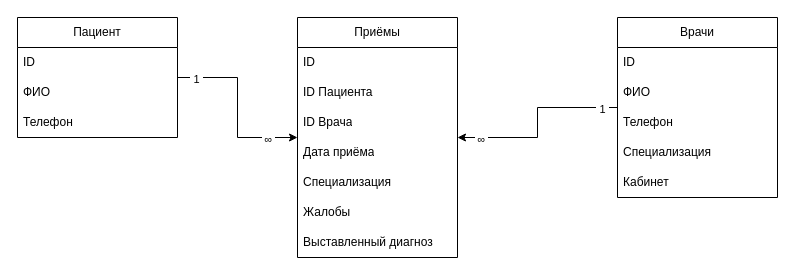
The draw.io diagram doc/clinic_db.drawio in Zzior/clinic-app, before the edit. Source tidied: cells renumbered, new cells numbered last; positions are measured from the earlier drawing's top-left corner, leaving out a move shared by most shapes. Both pictures are drawn from the tidied source at 100%, with x=0, y=0 at pixel (17, 17).
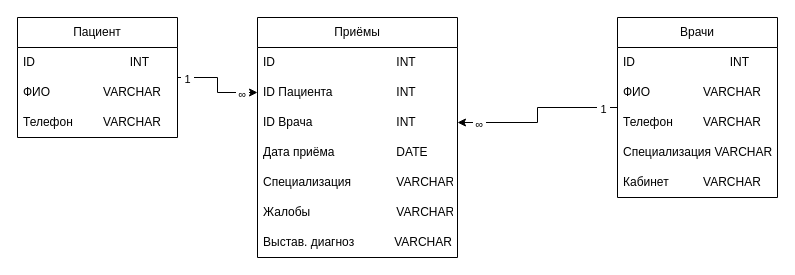
Above is the later version.

Commit message:
clinic-app v0.9.2 update doc

The change refers to these unchanged cells:
```xml
<mxCell id="5" value="Пациент" style="swimlane;fontStyle=0;horizontal=1;startSize=30;whiteSpace=wrap;html=1;" parent="1" vertex="1">
  <mxGeometry width="160" height="120" as="geometry" />
</mxCell>
<mxCell id="12" value="Врачи" style="swimlane;fontStyle=0;horizontal=1;startSize=30;whiteSpace=wrap;html=1;" parent="1" vertex="1">
  <mxGeometry x="600" width="160" height="180" as="geometry" />
</mxCell>
```

Diff of the diagram source:
```diff
@@
-    <mxCell id="2" style="edgeStyle=orthogonalEdgeStyle;rounded=0;jettySize=auto;html=1;" parent="1" edge="1" source="5" target="18">
+    <mxCell id="2" style="edgeStyle=orthogonalEdgeStyle;rounded=0;jettySize=auto;html=1;" parent="1" edge="1" source="5" target="20">
       <mxGeometry relative="1" as="geometry" />
     </mxCell>
@@
-    <mxCell id="6" value="ID" style="text;strokeColor=none;fillColor=none;align=left;verticalAlign=middle;spacingLeft=4;spacingRight=4;overflow=hidden;whiteSpace=wrap;html=1;" parent="5" vertex="1">
+    <mxCell id="6" value="ID&lt;span style=&quot;white-space: pre;&quot;&gt;&#9;&lt;/span&gt;&lt;span style=&quot;white-space: pre;&quot;&gt;&#9;&lt;/span&gt;&lt;span style=&quot;white-space: pre;&quot;&gt;&#9;&lt;/span&gt;&lt;span style=&quot;white-space: pre;&quot;&gt;&#9;&lt;/span&gt;INT" style="text;strokeColor=none;fillColor=none;align=left;verticalAlign=middle;spacingLeft=4;spacingRight=4;overflow=hidden;whiteSpace=wrap;html=1;" parent="5" vertex="1">
       <mxGeometry y="30" width="160" height="30" as="geometry" />
     </mxCell>
-    <mxCell id="7" value="ФИО" style="text;strokeColor=none;fillColor=none;align=left;verticalAlign=middle;spacingLeft=4;spacingRight=4;overflow=hidden;whiteSpace=wrap;html=1;" parent="5" vertex="1">
+    <mxCell id="7" value="ФИО&lt;span style=&quot;white-space: pre;&quot;&gt;&#9;&lt;/span&gt;&lt;span style=&quot;white-space: pre;&quot;&gt;&#9;&lt;/span&gt;VARCHAR" style="text;strokeColor=none;fillColor=none;align=left;verticalAlign=middle;spacingLeft=4;spacingRight=4;overflow=hidden;whiteSpace=wrap;html=1;" parent="5" vertex="1">
       <mxGeometry y="60" width="160" height="30" as="geometry" />
     </mxCell>
-    <mxCell id="8" value="Телефон" style="text;strokeColor=none;fillColor=none;align=left;verticalAlign=middle;spacingLeft=4;spacingRight=4;overflow=hidden;whiteSpace=wrap;html=1;" parent="5" vertex="1">
+    <mxCell id="8" value="Телефон&lt;span style=&quot;white-space: pre;&quot;&gt;&#9;&lt;/span&gt;&lt;span style=&quot;white-space: pre;&quot;&gt;&#9;&lt;/span&gt;VARCHAR" style="text;strokeColor=none;fillColor=none;align=left;verticalAlign=middle;spacingLeft=4;spacingRight=4;overflow=hidden;whiteSpace=wrap;html=1;" parent="5" vertex="1">
       <mxGeometry y="90" width="160" height="30" as="geometry" />
     </mxCell>
-    <mxCell id="9" style="edgeStyle=orthogonalEdgeStyle;rounded=0;jettySize=auto;html=1;" parent="1" edge="1" source="12" target="18">
+    <mxCell id="9" style="edgeStyle=orthogonalEdgeStyle;rounded=0;jettySize=auto;html=1;" parent="1" edge="1" source="12" target="21">
       <mxGeometry relative="1" as="geometry" />
     </mxCell>
@@
-    <mxCell id="13" value="ID" style="text;strokeColor=none;fillColor=none;align=left;verticalAlign=middle;spacingLeft=4;spacingRight=4;overflow=hidden;whiteSpace=wrap;html=1;" parent="12" vertex="1">
+    <mxCell id="13" value="ID&lt;span style=&quot;white-space: pre;&quot;&gt;&#9;&lt;/span&gt;&lt;span style=&quot;white-space: pre;&quot;&gt;&#9;&lt;/span&gt;&lt;span style=&quot;white-space: pre;&quot;&gt;&#9;&lt;/span&gt;&lt;span style=&quot;white-space: pre;&quot;&gt;&#9;&lt;/span&gt;INT" style="text;strokeColor=none;fillColor=none;align=left;verticalAlign=middle;spacingLeft=4;spacingRight=4;overflow=hidden;whiteSpace=wrap;html=1;" parent="12" vertex="1">
       <mxGeometry y="30" width="160" height="30" as="geometry" />
     </mxCell>
-    <mxCell id="14" value="ФИО" style="text;strokeColor=none;fillColor=none;align=left;verticalAlign=middle;spacingLeft=4;spacingRight=4;overflow=hidden;whiteSpace=wrap;html=1;" parent="12" vertex="1">
+    <mxCell id="14" value="ФИО&lt;span style=&quot;white-space: pre;&quot;&gt;&#9;&lt;/span&gt;&lt;span style=&quot;white-space: pre;&quot;&gt;&#9;&lt;/span&gt;VARCHAR" style="text;strokeColor=none;fillColor=none;align=left;verticalAlign=middle;spacingLeft=4;spacingRight=4;overflow=hidden;whiteSpace=wrap;html=1;" parent="12" vertex="1">
       <mxGeometry y="60" width="160" height="30" as="geometry" />
     </mxCell>
-    <mxCell id="15" value="Телефон" style="text;strokeColor=none;fillColor=none;align=left;verticalAlign=middle;spacingLeft=4;spacingRight=4;overflow=hidden;whiteSpace=wrap;html=1;" parent="12" vertex="1">
+    <mxCell id="15" value="Телефон&lt;span style=&quot;white-space: pre;&quot;&gt;&#9;&lt;/span&gt;&lt;span style=&quot;white-space: pre;&quot;&gt;&#9;&lt;/span&gt;VARCHAR" style="text;strokeColor=none;fillColor=none;align=left;verticalAlign=middle;spacingLeft=4;spacingRight=4;overflow=hidden;whiteSpace=wrap;html=1;" parent="12" vertex="1">
       <mxGeometry y="90" width="160" height="30" as="geometry" />
     </mxCell>
-    <mxCell id="16" value="Специализация" style="text;strokeColor=none;fillColor=none;align=left;verticalAlign=middle;spacingLeft=4;spacingRight=4;overflow=hidden;whiteSpace=wrap;html=1;" parent="12" vertex="1">
+    <mxCell id="16" value="Специализация VARCHAR" style="text;strokeColor=none;fillColor=none;align=left;verticalAlign=middle;spacingLeft=4;spacingRight=4;overflow=hidden;whiteSpace=wrap;html=1;" parent="12" vertex="1">
       <mxGeometry y="120" width="160" height="30" as="geometry" />
     </mxCell>
-    <mxCell id="17" value="Кабинет" style="text;strokeColor=none;fillColor=none;align=left;verticalAlign=middle;spacingLeft=4;spacingRight=4;overflow=hidden;whiteSpace=wrap;html=1;" parent="12" vertex="1">
+    <mxCell id="17" value="Кабинет&lt;span style=&quot;white-space: pre;&quot;&gt;&#9;&lt;/span&gt;&lt;span style=&quot;white-space: pre;&quot;&gt;&#9;&lt;/span&gt;VARCHAR" style="text;strokeColor=none;fillColor=none;align=left;verticalAlign=middle;spacingLeft=4;spacingRight=4;overflow=hidden;whiteSpace=wrap;html=1;" parent="12" vertex="1">
       <mxGeometry y="150" width="160" height="30" as="geometry" />
     </mxCell>
     <mxCell id="18" value="Приёмы" style="swimlane;fontStyle=0;horizontal=1;startSize=30;whiteSpace=wrap;html=1;" parent="1" vertex="1">
-      <mxGeometry x="280" width="160" height="240" as="geometry" />
+      <mxGeometry x="240" width="200" height="240" as="geometry" />
     </mxCell>
-    <mxCell id="19" value="ID" style="text;strokeColor=none;fillColor=none;align=left;verticalAlign=middle;spacingLeft=4;spacingRight=4;overflow=hidden;whiteSpace=wrap;html=1;" parent="18" vertex="1">
-      <mxGeometry y="30" width="160" height="30" as="geometry" />
+    <mxCell id="19" value="ID&lt;span style=&quot;white-space: pre;&quot;&gt;&#9;&lt;/span&gt;&lt;span style=&quot;white-space: pre;&quot;&gt;&#9;&lt;/span&gt;&lt;span style=&quot;white-space: pre;&quot;&gt;&#9;&lt;/span&gt;&lt;span style=&quot;white-space: pre;&quot;&gt;&#9;&lt;span style=&quot;white-space: pre;&quot;&gt;&#9;&lt;/span&gt;&lt;/span&gt;INT" style="text;strokeColor=none;fillColor=none;align=left;verticalAlign=middle;spacingLeft=4;spacingRight=4;overflow=hidden;whiteSpace=wrap;html=1;" parent="18" vertex="1">
+      <mxGeometry y="30" width="200" height="30" as="geometry" />
     </mxCell>
-    <mxCell id="20" value="ID Пациента" style="text;strokeColor=none;fillColor=none;align=left;verticalAlign=middle;spacingLeft=4;spacingRight=4;overflow=hidden;points=[[0,0.5],[1,0.5]];portConstraint=eastwest;whiteSpace=wrap;html=1;" parent="18" vertex="1">
-      <mxGeometry y="60" width="160" height="30" as="geometry" />
+    <mxCell id="20" value="ID Пациента&lt;span style=&quot;white-space: pre;&quot;&gt;&#9;&lt;/span&gt;&lt;span style=&quot;white-space: pre;&quot;&gt;&#9;&lt;span style=&quot;white-space: pre;&quot;&gt;&#9;&lt;/span&gt;&lt;/span&gt;INT" style="text;strokeColor=none;fillColor=none;align=left;verticalAlign=middle;spacingLeft=4;spacingRight=4;overflow=hidden;points=[[0,0.5],[1,0.5]];portConstraint=eastwest;whiteSpace=wrap;html=1;" parent="18" vertex="1">
+      <mxGeometry y="60" width="200" height="30" as="geometry" />
     </mxCell>
-    <mxCell id="21" value="ID Врача" style="text;strokeColor=none;fillColor=none;align=left;verticalAlign=middle;spacingLeft=4;spacingRight=4;overflow=hidden;points=[[0,0.5],[1,0.5]];portConstraint=eastwest;whiteSpace=wrap;html=1;" parent="18" vertex="1">
-      <mxGeometry y="90" width="160" height="30" as="geometry" />
+    <mxCell id="21" value="ID Врача&lt;span style=&quot;white-space: pre;&quot;&gt;&#9;&lt;/span&gt;&lt;span style=&quot;white-space: pre;&quot;&gt;&#9;&lt;span style=&quot;white-space: pre;&quot;&gt;&#9;&lt;/span&gt;&lt;/span&gt;&lt;span style=&quot;white-space: pre;&quot;&gt;&#9;&lt;/span&gt;INT" style="text;strokeColor=none;fillColor=none;align=left;verticalAlign=middle;spacingLeft=4;spacingRight=4;overflow=hidden;points=[[0,0.5],[1,0.5]];portConstraint=eastwest;whiteSpace=wrap;html=1;" parent="18" vertex="1">
+      <mxGeometry y="90" width="200" height="30" as="geometry" />
     </mxCell>
-    <mxCell id="22" value="Дата приёма" style="text;strokeColor=none;fillColor=none;align=left;verticalAlign=middle;spacingLeft=4;spacingRight=4;overflow=hidden;whiteSpace=wrap;html=1;" parent="18" vertex="1">
-      <mxGeometry y="120" width="160" height="30" as="geometry" />
+    <mxCell id="22" value="Дата приёма&lt;span style=&quot;white-space: pre;&quot;&gt;&#9;&lt;span style=&quot;white-space: pre;&quot;&gt;&#9;&lt;/span&gt;&lt;/span&gt;&lt;span style=&quot;white-space: pre;&quot;&gt;&#9;&lt;/span&gt;DATE" style="text;strokeColor=none;fillColor=none;align=left;verticalAlign=middle;spacingLeft=4;spacingRight=4;overflow=hidden;whiteSpace=wrap;html=1;" parent="18" vertex="1">
+      <mxGeometry y="120" width="200" height="30" as="geometry" />
     </mxCell>
-    <mxCell id="23" value="Специализация" style="text;strokeColor=none;fillColor=none;align=left;verticalAlign=middle;spacingLeft=4;spacingRight=4;overflow=hidden;whiteSpace=wrap;html=1;" parent="18" vertex="1">
-      <mxGeometry y="150" width="160" height="30" as="geometry" />
+    <mxCell id="23" value="Специализация&amp;nbsp;&lt;span style=&quot;white-space: pre;&quot;&gt;&#9;&lt;/span&gt;&lt;span style=&quot;white-space: pre;&quot;&gt;&#9;&lt;/span&gt;VARCHAR" style="text;strokeColor=none;fillColor=none;align=left;verticalAlign=middle;spacingLeft=4;spacingRight=4;overflow=hidden;whiteSpace=wrap;html=1;" parent="18" vertex="1">
+      <mxGeometry y="150" width="200" height="30" as="geometry" />
     </mxCell>
-    <mxCell id="24" value="Жалобы" style="text;strokeColor=none;fillColor=none;align=left;verticalAlign=middle;spacingLeft=4;spacingRight=4;overflow=hidden;whiteSpace=wrap;html=1;" parent="18" vertex="1">
-      <mxGeometry y="180" width="160" height="30" as="geometry" />
+    <mxCell id="24" value="Жалобы&lt;span style=&quot;white-space: pre;&quot;&gt;&#9;&lt;/span&gt;&lt;span style=&quot;white-space: pre;&quot;&gt;&#9;&lt;span style=&quot;white-space: pre;&quot;&gt;&#9;&lt;/span&gt;&lt;span style=&quot;white-space: pre;&quot;&gt;&#9;&lt;/span&gt;&lt;/span&gt;VARCHAR" style="text;strokeColor=none;fillColor=none;align=left;verticalAlign=middle;spacingLeft=4;spacingRight=4;overflow=hidden;whiteSpace=wrap;html=1;" parent="18" vertex="1">
+      <mxGeometry y="180" width="200" height="30" as="geometry" />
     </mxCell>
-    <mxCell id="25" value="Выставленный диагноз" style="text;strokeColor=none;fillColor=none;align=left;verticalAlign=middle;spacingLeft=4;spacingRight=4;overflow=hidden;whiteSpace=wrap;html=1;" parent="18" vertex="1">
-      <mxGeometry y="210" width="160" height="30" as="geometry" />
+    <mxCell id="25" value="Выстав. диагноз&amp;nbsp; &amp;nbsp; &amp;nbsp; &amp;nbsp; &amp;nbsp; &amp;nbsp; VARCHAR" style="text;strokeColor=none;fillColor=none;align=left;verticalAlign=middle;spacingLeft=4;spacingRight=4;overflow=hidden;whiteSpace=wrap;html=1;" parent="18" vertex="1">
+      <mxGeometry y="210" width="200" height="30" as="geometry" />
     </mxCell>
```
